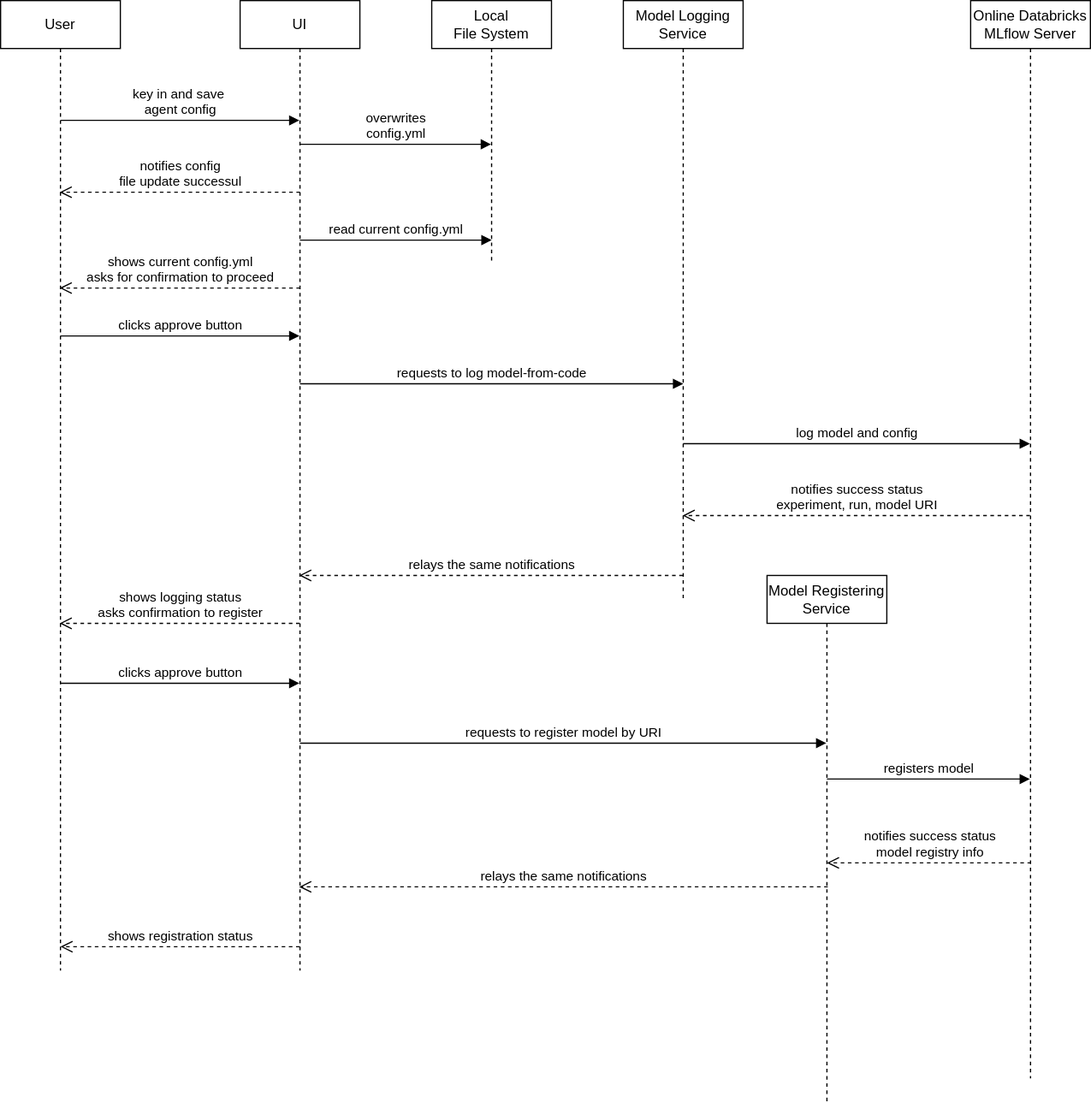
The draw.io diagram agent-authoring-app.drawio.svg in joshuavaple/draw-io, before a commit. Source tidied: cells renumbered, new cells last; positions are measured from the earlier drawing's top-left corner, leaving out a move shared by most shapes.
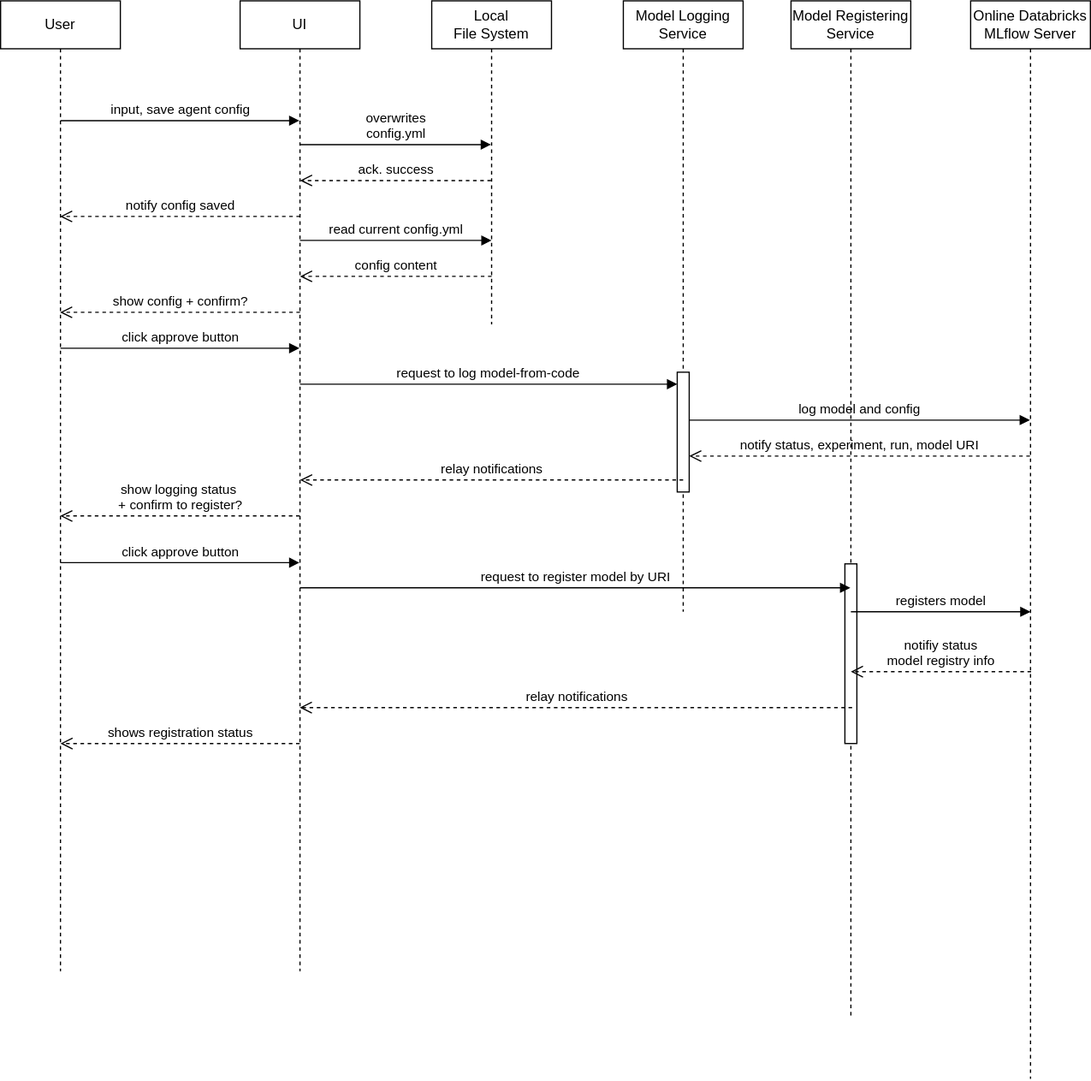
Above is the later version.

Commit message:
corrected some syntax violations

What changed in the source:
```diff
@@ -8,7 +8,7 @@
     <mxCell id="3" value="User" style="shape=umlLifeline;perimeter=lifelinePerimeter;whiteSpace=wrap;html=1;outlineConnect=0;portConstraint=eastwest;newEdgeStyle={&quot;curved&quot;:0,&quot;rounded&quot;:0};" parent="1" vertex="1">
       <mxGeometry width="100" height="810" as="geometry" />
     </mxCell>
-    <mxCell id="4" value="key in and save&amp;nbsp;&lt;div&gt;agent config&lt;/div&gt;" style="html=1;verticalAlign=bottom;endArrow=block;curved=0;rounded=0;" parent="1" edge="1" target="2">
+    <mxCell id="4" value="input, save agent config" style="html=1;verticalAlign=bottom;endArrow=block;curved=0;rounded=0;" parent="1" edge="1" target="2">
       <mxGeometry relative="1" as="geometry">
         <mxPoint x="50" y="100" as="sourcePoint" />
         <Array as="points">
@@ -17,16 +17,17 @@
       </mxGeometry>
     </mxCell>
     <mxCell id="5" value="Local&lt;div&gt;File System&lt;/div&gt;" style="shape=umlLifeline;perimeter=lifelinePerimeter;whiteSpace=wrap;html=1;outlineConnect=0;portConstraint=eastwest;newEdgeStyle={&quot;edgeStyle&quot;:&quot;elbowEdgeStyle&quot;,&quot;elbow&quot;:&quot;vertical&quot;,&quot;curved&quot;:0,&quot;rounded&quot;:0};" parent="1" vertex="1">
-      <mxGeometry x="360" width="100" height="220" as="geometry" />
+      <mxGeometry x="360" width="100" height="270" as="geometry" />
     </mxCell>
     <mxCell id="6" value="overwrites&lt;div&gt;config.yml&lt;/div&gt;" style="html=1;verticalAlign=bottom;endArrow=block;curved=0;rounded=0;" parent="1" edge="1" target="5">
       <mxGeometry relative="1" as="geometry">
         <mxPoint x="250" y="120" as="sourcePoint" />
       </mxGeometry>
     </mxCell>
-    <mxCell id="7" value="notifies config&lt;div&gt;file update successul&lt;/div&gt;" style="html=1;verticalAlign=bottom;endArrow=open;dashed=1;endSize=8;curved=0;rounded=0;exitX=0;exitY=1;exitDx=0;exitDy=-5;" parent="1" edge="1" target="3">
+    <mxCell id="7" value="notify config saved" style="html=1;verticalAlign=bottom;endArrow=open;dashed=1;endSize=8;curved=0;rounded=0;exitX=0;exitY=1;exitDx=0;exitDy=-5;" parent="1" edge="1">
       <mxGeometry relative="1" as="geometry">
-        <mxPoint x="250" y="160" as="sourcePoint" />
+        <mxPoint x="250" y="180" as="sourcePoint" />
+        <mxPoint x="49.7" y="180" as="targetPoint" />
       </mxGeometry>
     </mxCell>
     <mxCell id="8" value="read current config.yml" style="html=1;verticalAlign=bottom;endArrow=block;curved=0;rounded=0;" parent="1" edge="1">
@@ -35,28 +36,32 @@
         <mxPoint x="410" y="200" as="targetPoint" />
       </mxGeometry>
     </mxCell>
-    <mxCell id="9" value="shows current config.yml&lt;div&gt;asks for confirmation to proceed&lt;/div&gt;" style="html=1;verticalAlign=bottom;endArrow=open;dashed=1;endSize=8;curved=0;rounded=0;exitX=0;exitY=1;exitDx=0;exitDy=-5;" parent="1" edge="1" target="3">
+    <mxCell id="9" value="show config + confirm?" style="html=1;verticalAlign=bottom;endArrow=open;dashed=1;endSize=8;curved=0;rounded=0;exitX=0;exitY=1;exitDx=0;exitDy=-5;" parent="1" edge="1">
       <mxGeometry relative="1" as="geometry">
-        <mxPoint x="250" y="240" as="sourcePoint" />
+        <mxPoint x="250" y="260" as="sourcePoint" />
+        <mxPoint x="49.7" y="260" as="targetPoint" />
       </mxGeometry>
     </mxCell>
-    <mxCell id="10" value="clicks approve button" style="html=1;verticalAlign=bottom;endArrow=block;curved=0;rounded=0;" parent="1" edge="1" target="2">
+    <mxCell id="10" value="click approve button" style="html=1;verticalAlign=bottom;endArrow=block;curved=0;rounded=0;" parent="1" edge="1">
       <mxGeometry relative="1" as="geometry">
-        <mxPoint x="50" y="280" as="sourcePoint" />
+        <mxPoint x="50" y="290" as="sourcePoint" />
+        <mxPoint x="249.5" y="290" as="targetPoint" />
       </mxGeometry>
     </mxCell>
     <mxCell id="11" value="Model Logging Service" style="shape=umlLifeline;perimeter=lifelinePerimeter;whiteSpace=wrap;html=1;newEdgeStyle={&quot;edgeStyle&quot;:&quot;elbowEdgeStyle&quot;,&quot;elbow&quot;:&quot;vertical&quot;,&quot;curved&quot;:0,&quot;rounded&quot;:0};" parent="1" vertex="1">
-      <mxGeometry x="520" width="100" height="500" as="geometry" />
+      <mxGeometry x="520" width="100" height="510" as="geometry" />
     </mxCell>
+    <mxCell id="25" style="html=1;points=[[0,0,0,0,5],[0,1,0,0,-5],[1,0,0,0,5],[1,1,0,0,-5]];perimeter=orthogonalPerimeter;outlineConnect=0;targetShapes=umlLifeline;portConstraint=eastwest;newEdgeStyle={&quot;curved&quot;:0,&quot;rounded&quot;:0};" parent="11" vertex="1">
+      <mxGeometry x="45" y="310" width="10" height="100" as="geometry" />
+    </mxCell>
-    <mxCell id="12" value="requests to log model-from-code" style="html=1;verticalAlign=bottom;endArrow=block;curved=0;rounded=0;" parent="1" edge="1">
+    <mxCell id="12" value="request to log model-from-code" style="html=1;verticalAlign=bottom;endArrow=block;curved=0;rounded=0;" parent="1" edge="1" target="25">
       <mxGeometry relative="1" as="geometry">
         <mxPoint x="250" y="320" as="sourcePoint" />
-        <mxPoint x="570" y="320" as="targetPoint" />
       </mxGeometry>
     </mxCell>
-    <mxCell id="13" value="notifies success status&lt;div&gt;experiment, run, model URI&lt;/div&gt;" style="html=1;verticalAlign=bottom;endArrow=open;dashed=1;endSize=8;curved=0;rounded=0;jumpStyle=arc;" parent="1" edge="1" source="14">
+    <mxCell id="13" value="notify status,&amp;nbsp;&lt;span style=&quot;background-color: light-dark(#ffffff, var(--ge-dark-color, #121212)); color: light-dark(rgb(0, 0, 0), rgb(255, 255, 255));&quot;&gt;experiment, run, model URI&lt;/span&gt;" style="html=1;verticalAlign=bottom;endArrow=open;dashed=1;endSize=8;curved=0;rounded=0;jumpStyle=arc;" parent="1" edge="1" source="14">
       <mxGeometry relative="1" as="geometry">
-        <mxPoint x="569.5" y="430" as="targetPoint" />
+        <mxPoint x="575" y="380" as="targetPoint" />
       </mxGeometry>
     </mxCell>
     <mxCell id="14" value="Online Databricks MLflow Server" style="shape=umlLifeline;perimeter=lifelinePerimeter;whiteSpace=wrap;html=1;outlineConnect=0;portConstraint=eastwest;newEdgeStyle={&quot;edgeStyle&quot;:&quot;elbowEdgeStyle&quot;,&quot;elbow&quot;:&quot;vertical&quot;,&quot;curved&quot;:0,&quot;rounded&quot;:0};" parent="1" vertex="1">
@@ -64,53 +69,72 @@
     </mxCell>
     <mxCell id="15" value="log model and config" style="html=1;verticalAlign=bottom;endArrow=block;curved=0;rounded=0;jumpStyle=arc;" parent="1" edge="1" target="14">
       <mxGeometry relative="1" as="geometry">
-        <mxPoint x="570" y="370" as="sourcePoint" />
+        <mxPoint x="575" y="350" as="sourcePoint" />
       </mxGeometry>
     </mxCell>
-    <mxCell id="16" value="relays the same notifications" style="html=1;verticalAlign=bottom;endArrow=open;dashed=1;endSize=8;curved=0;rounded=0;" parent="1" edge="1" target="2">
+    <mxCell id="16" value="relay notifications" style="html=1;verticalAlign=bottom;endArrow=open;dashed=1;endSize=8;curved=0;rounded=0;" parent="1" edge="1">
       <mxGeometry relative="1" as="geometry">
-        <mxPoint x="569.7" y="480" as="sourcePoint" />
+        <mxPoint x="569.9" y="400" as="sourcePoint" />
+        <mxPoint x="250.1" y="400" as="targetPoint" />
       </mxGeometry>
     </mxCell>
-    <mxCell id="17" value="clicks approve button" style="html=1;verticalAlign=bottom;endArrow=block;curved=0;rounded=0;" parent="1" edge="1" target="2">
+    <mxCell id="17" value="click approve button" style="html=1;verticalAlign=bottom;endArrow=block;curved=0;rounded=0;" parent="1" edge="1">
       <mxGeometry relative="1" as="geometry">
-        <mxPoint x="50" y="570" as="sourcePoint" />
+        <mxPoint x="50" y="469" as="sourcePoint" />
+        <mxPoint x="249.5" y="469" as="targetPoint" />
       </mxGeometry>
     </mxCell>
-    <mxCell id="18" value="shows logging status&lt;div&gt;asks confirmation to register&lt;/div&gt;" style="html=1;verticalAlign=bottom;endArrow=open;dashed=1;endSize=8;curved=0;rounded=0;" parent="1" edge="1" target="3">
+    <mxCell id="18" value="show logging status&amp;nbsp;&lt;div&gt;+&amp;nbsp;&lt;span style=&quot;background-color: light-dark(#ffffff, var(--ge-dark-color, #121212)); color: light-dark(rgb(0, 0, 0), rgb(255, 255, 255));&quot;&gt;confirm to register?&lt;/span&gt;&lt;/div&gt;" style="html=1;verticalAlign=bottom;endArrow=open;dashed=1;endSize=8;curved=0;rounded=0;" parent="1" edge="1">
       <mxGeometry relative="1" as="geometry">
-        <mxPoint x="249.7" y="520" as="sourcePoint" />
+        <mxPoint x="249.7" y="430" as="sourcePoint" />
+        <mxPoint x="49.8" y="430" as="targetPoint" />
       </mxGeometry>
     </mxCell>
-    <mxCell id="19" value="requests to register model by URI" style="html=1;verticalAlign=bottom;endArrow=block;curved=0;rounded=0;" parent="1" edge="1" target="20">
-      <mxGeometry relative="1" as="geometry">
-        <mxPoint x="250" y="620" as="sourcePoint" />
-      </mxGeometry>
-    </mxCell>
     <mxCell id="20" value="Model Registering Service" style="shape=umlLifeline;perimeter=lifelinePerimeter;whiteSpace=wrap;html=1;outlineConnect=0;portConstraint=eastwest;newEdgeStyle={&quot;edgeStyle&quot;:&quot;elbowEdgeStyle&quot;,&quot;elbow&quot;:&quot;vertical&quot;,&quot;curved&quot;:0,&quot;rounded&quot;:0};" parent="1" vertex="1">
-      <mxGeometry x="640" y="480" width="100" height="440" as="geometry" />
+      <mxGeometry x="660" width="100" height="850" as="geometry" />
     </mxCell>
+    <mxCell id="26" style="html=1;perimeter=orthogonalPerimeter;targetShapes=umlLifeline;newEdgeStyle={&quot;curved&quot;:0,&quot;rounded&quot;:0};" parent="20" vertex="1">
+      <mxGeometry x="45" y="470" width="10" height="150" as="geometry" />
+    </mxCell>
-    <mxCell id="21" value="registers model" style="html=1;verticalAlign=bottom;endArrow=block;curved=0;rounded=0;jumpStyle=arc;" parent="1" edge="1" target="14">
+    <mxCell id="21" value="registers model" style="html=1;verticalAlign=bottom;endArrow=block;curved=0;rounded=0;jumpStyle=arc;" parent="1" edge="1">
       <mxGeometry relative="1" as="geometry">
-        <mxPoint x="690" y="650" as="sourcePoint" />
+        <mxPoint x="710" y="510" as="sourcePoint" />
+        <mxPoint x="860" y="510" as="targetPoint" />
       </mxGeometry>
     </mxCell>
-    <mxCell id="22" value="notifies success status&lt;div&gt;model registry info&lt;/div&gt;" style="html=1;verticalAlign=bottom;endArrow=open;dashed=1;endSize=8;curved=0;rounded=0;jumpStyle=arc;" parent="1" edge="1">
+    <mxCell id="22" value="notifiy status&lt;div&gt;model registry info&lt;/div&gt;" style="html=1;verticalAlign=bottom;endArrow=open;dashed=1;endSize=8;curved=0;rounded=0;jumpStyle=arc;" parent="1" edge="1">
       <mxGeometry relative="1" as="geometry">
-        <mxPoint x="860.5" y="720" as="sourcePoint" />
-        <mxPoint x="690" y="720" as="targetPoint" />
+        <mxPoint x="860.5" y="560" as="sourcePoint" />
+        <mxPoint x="710" y="560" as="targetPoint" />
       </mxGeometry>
     </mxCell>
-    <mxCell id="23" value="relays the same notifications" style="html=1;verticalAlign=bottom;endArrow=open;dashed=1;endSize=8;curved=0;rounded=0;" parent="1" edge="1" target="2">
+    <mxCell id="23" value="relay notifications" style="html=1;verticalAlign=bottom;endArrow=open;dashed=1;endSize=8;curved=0;rounded=0;" parent="1" edge="1" target="2">
       <mxGeometry relative="1" as="geometry">
-        <mxPoint x="690.7" y="740" as="sourcePoint" />
+        <mxPoint x="711" y="590" as="sourcePoint" />
       </mxGeometry>
     </mxCell>
     <mxCell id="24" value="shows registration status" style="html=1;verticalAlign=bottom;endArrow=open;dashed=1;endSize=8;curved=0;rounded=0;" parent="1" edge="1">
       <mxGeometry relative="1" as="geometry">
-        <mxPoint x="249.7" y="790" as="sourcePoint" />
-        <mxPoint x="50" y="790" as="targetPoint" />
+        <mxPoint x="249.7" y="620" as="sourcePoint" />
+        <mxPoint x="50" y="620" as="targetPoint" />
       </mxGeometry>
     </mxCell>
+    <mxCell id="27" value="ack. success" style="html=1;verticalAlign=bottom;endArrow=open;dashed=1;endSize=8;curved=0;rounded=0;" parent="1" edge="1" source="5">
+      <mxGeometry relative="1" as="geometry">
+        <mxPoint x="250" y="150" as="targetPoint" />
+      </mxGeometry>
+    </mxCell>
+    <mxCell id="28" value="config content" style="html=1;verticalAlign=bottom;endArrow=open;dashed=1;endSize=8;curved=0;rounded=0;" parent="1" edge="1">
+      <mxGeometry relative="1" as="geometry">
+        <mxPoint x="410" y="230" as="sourcePoint" />
+        <mxPoint x="250" y="230" as="targetPoint" />
+      </mxGeometry>
+    </mxCell>
+    <mxCell id="19" value="request to register model by URI" style="html=1;verticalAlign=bottom;endArrow=block;curved=0;rounded=0;" parent="1" edge="1">
+      <mxGeometry relative="1" as="geometry">
+        <mxPoint x="250" y="490" as="sourcePoint" />
+        <mxPoint x="709.5" y="490" as="targetPoint" />
+      </mxGeometry>
+    </mxCell>
   </root>
 </mxGraphModel>
```
